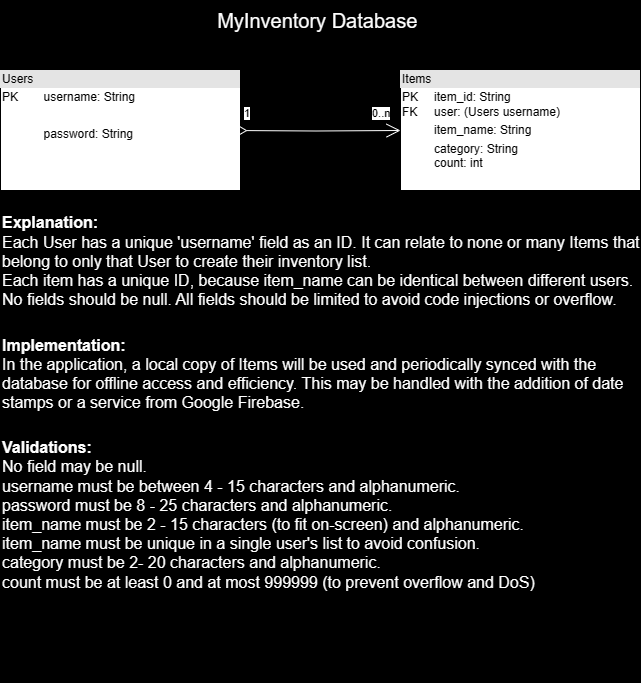
Before: MyInventory Database.png, a diagram exported from draw.io (VSnow1988/MyInventory). Source tidied: cells renumbered, new cells last; positions are measured from the earlier drawing's top-left corner, leaving out a move shared by most shapes.
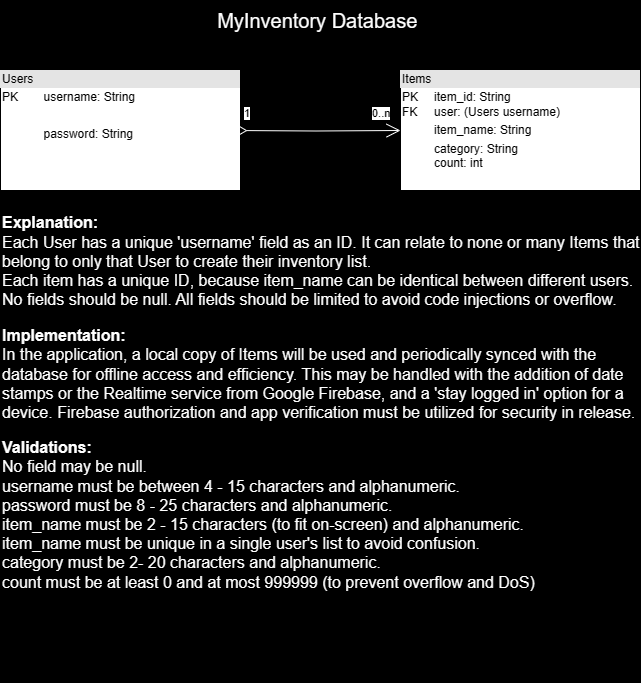
Later version of the same file.

Commit message:
Database design diagram & requirements

Change to the diagram source:
```diff
@@ -29,7 +29,7 @@
     <mxCell id="8" value="&lt;div&gt;&lt;font color=&quot;#ffffff&quot; style=&quot;font-size: 16px;&quot;&gt;&lt;b&gt;Explanation:&lt;/b&gt;&lt;/font&gt;&lt;/div&gt;&lt;font color=&quot;#ffffff&quot; style=&quot;font-size: 16px;&quot;&gt;Each User has a unique 'username' field as an ID. It can relate to none or many Items that belong to only that User to create their inventory list.&amp;nbsp;&lt;/font&gt;&lt;div&gt;&lt;font color=&quot;#ffffff&quot; style=&quot;font-size: 16px;&quot;&gt;Each item has a unique ID, because item_name can be identical between different users.&lt;/font&gt;&lt;/div&gt;&lt;div&gt;&lt;div&gt;&lt;span style=&quot;font-size: 16px; color: rgb(255, 255, 255); background-color: initial;&quot;&gt;No fields should be null. All fields should be limited to avoid code injections or overflow.&lt;/span&gt;&lt;br&gt;&lt;/div&gt;&lt;/div&gt;&lt;div&gt;&lt;span style=&quot;font-size: 16px; color: rgb(255, 255, 255); background-color: initial;&quot;&gt;&lt;br&gt;&lt;/span&gt;&lt;/div&gt;&lt;div&gt;&lt;span style=&quot;font-size: 16px; color: rgb(255, 255, 255); background-color: initial;&quot;&gt;&lt;br&gt;&lt;/span&gt;&lt;/div&gt;" style="text;strokeColor=none;align=left;fillColor=none;html=1;verticalAlign=middle;whiteSpace=wrap;rounded=0;" parent="1" vertex="1">
       <mxGeometry y="240" width="640" height="80" as="geometry" />
     </mxCell>
-    <mxCell id="9" value="&lt;font color=&quot;#ffffff&quot;&gt;&lt;span style=&quot;font-size: 16px;&quot;&gt;&lt;b&gt;Implementation:&lt;/b&gt;&lt;br&gt;In the application, a local copy of Items will be used and periodically synced with the database for offline access and efficiency. This may be handled with the addition of date stamps or a service from Google Firebase.&lt;/span&gt;&lt;/font&gt;&lt;div&gt;&lt;font color=&quot;#ffffff&quot;&gt;&lt;span style=&quot;font-size: 16px;&quot;&gt;&lt;br&gt;&lt;/span&gt;&lt;/font&gt;&lt;/div&gt;&lt;div&gt;&lt;br&gt;&lt;/div&gt;&lt;div&gt;&lt;font color=&quot;#ffffff&quot;&gt;&lt;span style=&quot;font-size: 16px;&quot;&gt;&lt;br&gt;&lt;/span&gt;&lt;/font&gt;&lt;/div&gt;" style="text;strokeColor=none;align=left;fillColor=none;html=1;verticalAlign=middle;whiteSpace=wrap;rounded=0;" parent="1" vertex="1">
+    <mxCell id="9" value="&lt;font color=&quot;#ffffff&quot;&gt;&lt;span style=&quot;font-size: 16px;&quot;&gt;&lt;b&gt;Implementation:&lt;/b&gt;&lt;br&gt;In the application, a local copy of Items will be used and periodically synced with the database for offline access and efficiency. This may be handled with the addition of date stamps or the Realtime service from Google Firebase, and a 'stay logged in' option for a device. Firebase authorization and app verification must be utilized for security in release.&lt;/span&gt;&lt;/font&gt;&lt;div&gt;&lt;font color=&quot;#ffffff&quot;&gt;&lt;span style=&quot;font-size: 16px;&quot;&gt;&lt;br&gt;&lt;/span&gt;&lt;/font&gt;&lt;/div&gt;&lt;div&gt;&lt;br&gt;&lt;/div&gt;&lt;div&gt;&lt;font color=&quot;#ffffff&quot;&gt;&lt;span style=&quot;font-size: 16px;&quot;&gt;&lt;br&gt;&lt;/span&gt;&lt;/font&gt;&lt;/div&gt;" style="text;strokeColor=none;align=left;fillColor=none;html=1;verticalAlign=middle;whiteSpace=wrap;rounded=0;" parent="1" vertex="1">
       <mxGeometry y="360" width="640" height="80" as="geometry" />
     </mxCell>
     <mxCell id="10" value="&lt;font color=&quot;#ffffff&quot;&gt;&lt;span style=&quot;font-size: 16px;&quot;&gt;&lt;b&gt;Validations:&lt;/b&gt;&lt;br&gt;No field may be null.&lt;/span&gt;&lt;/font&gt;&lt;div&gt;&lt;font color=&quot;#ffffff&quot;&gt;&lt;span style=&quot;font-size: 16px;&quot;&gt;username must be between 4 - 15 characters and alphanumeric.&lt;/span&gt;&lt;/font&gt;&lt;/div&gt;&lt;div&gt;&lt;font color=&quot;#ffffff&quot;&gt;&lt;span style=&quot;font-size: 16px;&quot;&gt;password must be 8 - 25 characters and alphanumeric.&lt;/span&gt;&lt;/font&gt;&lt;/div&gt;&lt;div&gt;&lt;font color=&quot;#ffffff&quot;&gt;&lt;span style=&quot;font-size: 16px;&quot;&gt;item_name must be 2 - 15 characters (to fit on-screen) and alphanumeric.&lt;/span&gt;&lt;/font&gt;&lt;/div&gt;&lt;div&gt;&lt;font color=&quot;#ffffff&quot;&gt;&lt;span style=&quot;font-size: 16px;&quot;&gt;item_name must be unique in a single user's list to avoid confusion.&lt;/span&gt;&lt;/font&gt;&lt;/div&gt;&lt;div&gt;&lt;font color=&quot;#ffffff&quot;&gt;&lt;span style=&quot;font-size: 16px;&quot;&gt;category must be 2- 20 characters and alphanumeric.&lt;/span&gt;&lt;/font&gt;&lt;/div&gt;&lt;div&gt;&lt;font color=&quot;#ffffff&quot;&gt;&lt;span style=&quot;font-size: 16px;&quot;&gt;count must be at least 0 and at most 999999 (to prevent overflow and DoS)&lt;/span&gt;&lt;/font&gt;&lt;/div&gt;&lt;div&gt;&lt;font color=&quot;#ffffff&quot;&gt;&lt;span style=&quot;font-size: 16px;&quot;&gt;&lt;br&gt;&lt;/span&gt;&lt;/font&gt;&lt;div&gt;&lt;font color=&quot;#ffffff&quot;&gt;&lt;span style=&quot;font-size: 16px;&quot;&gt;&lt;br&gt;&lt;/span&gt;&lt;/font&gt;&lt;/div&gt;&lt;div&gt;&lt;br&gt;&lt;/div&gt;&lt;div&gt;&lt;font color=&quot;#ffffff&quot;&gt;&lt;span style=&quot;font-size: 16px;&quot;&gt;&lt;br&gt;&lt;/span&gt;&lt;/font&gt;&lt;/div&gt;&lt;/div&gt;&lt;div&gt;&lt;font color=&quot;#ffffff&quot;&gt;&lt;span style=&quot;font-size: 16px;&quot;&gt;&lt;br&gt;&lt;/span&gt;&lt;/font&gt;&lt;/div&gt;" style="text;strokeColor=none;align=left;fillColor=none;html=1;verticalAlign=middle;whiteSpace=wrap;rounded=0;" parent="1" vertex="1">
```
